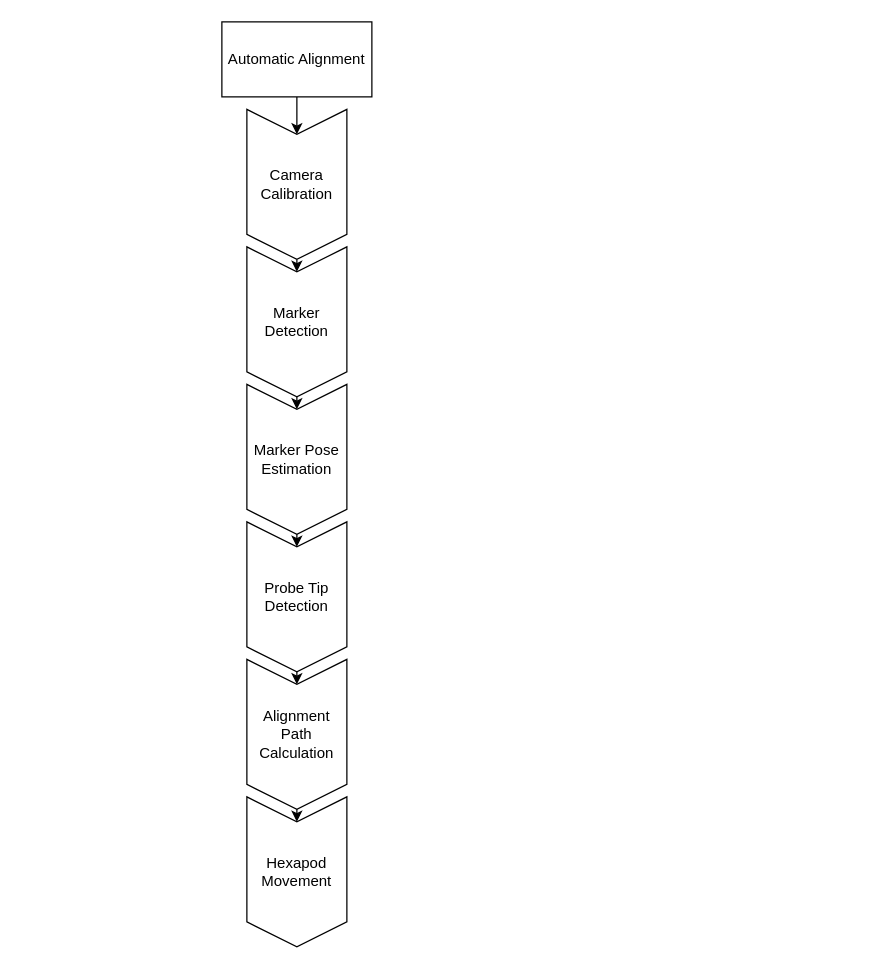
Above: page "Alignment" (3 of 4) of Thesis_Writeup/procedures.drawio in VWatGIT/MtecThesis (draw.io), before the change. Source tidied: cells renumbered, new cells numbered last; positions are measured from the earlier drawing's top-left corner, leaving out a move shared by most shapes. Both pictures are drawn from the tidied source at 125%, with x=0, y=0 at pixel (221, 21).
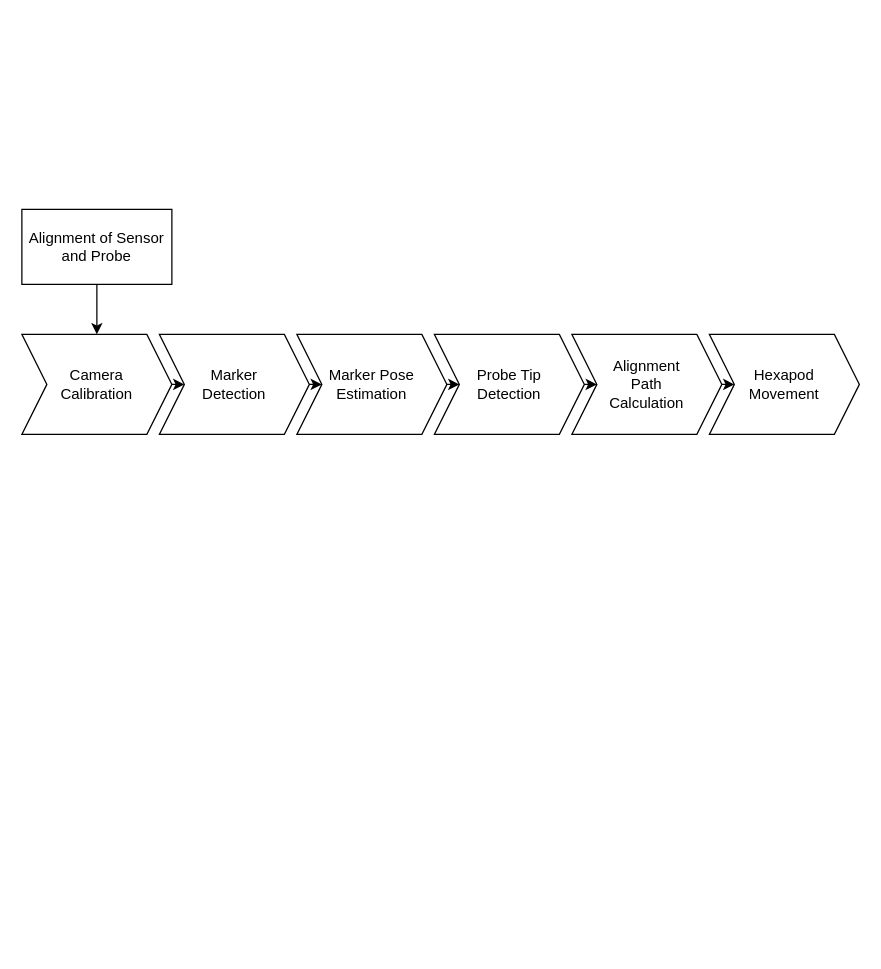
The same page after the edit.

Change to the diagram source:
```diff
@@
 <mxGraphModel>
   <root>
     <mxCell id="0" />
     <mxCell id="1" parent="0" />
-    <mxCell id="2" style="edgeStyle=elbowEdgeStyle;elbow=vertical;html=1;entryX=0;entryY=0.5;entryDx=0;entryDy=0;" parent="1" edge="1" source="3" target="5">
+    <mxCell id="2" style="edgeStyle=elbowEdgeStyle;html=1;exitX=0.5;exitY=0;exitDx=0;exitDy=0;entryX=0.5;entryY=0;entryDx=0;entryDy=0;elbow=vertical;" parent="1" edge="1" source="3" target="5">
       <mxGeometry relative="1" as="geometry" />
     </mxCell>
-    <mxCell id="3" value="Automatic Alignment" style="rounded=0;whiteSpace=wrap;html=1;direction=west;" parent="1" vertex="1">
-      <mxGeometry width="120" height="60" as="geometry" />
+    <mxCell id="3" value="Alignment of Sensor and Probe" style="rounded=0;whiteSpace=wrap;html=1;direction=west;" parent="1" vertex="1">
+      <mxGeometry x="-160" y="150" width="120" height="60" as="geometry" />
     </mxCell>
     <mxCell id="4" style="edgeStyle=none;html=1;exitX=1;exitY=0.5;exitDx=0;exitDy=0;" parent="1" edge="1" source="5" target="7">
       <mxGeometry relative="1" as="geometry" />
     </mxCell>
-    <mxCell id="5" value="Camera Calibration" style="shape=step;perimeter=stepPerimeter;whiteSpace=wrap;html=1;fixedSize=1;direction=south;" parent="1" vertex="1">
-      <mxGeometry x="20" y="70" width="80" height="120" as="geometry" />
+    <mxCell id="5" value="Camera &lt;br&gt;Calibration" style="shape=step;perimeter=stepPerimeter;whiteSpace=wrap;html=1;fixedSize=1;direction=east;" parent="1" vertex="1">
+      <mxGeometry x="-160" y="250" width="120" height="80" as="geometry" />
     </mxCell>
     <mxCell id="6" style="edgeStyle=none;html=1;exitX=1;exitY=0.5;exitDx=0;exitDy=0;entryX=0;entryY=0.5;entryDx=0;entryDy=0;" parent="1" edge="1" source="7" target="9">
       <mxGeometry relative="1" as="geometry" />
     </mxCell>
-    <mxCell id="7" value="Marker Detection" style="shape=step;perimeter=stepPerimeter;whiteSpace=wrap;html=1;fixedSize=1;direction=south;" parent="1" vertex="1">
-      <mxGeometry x="20" y="180" width="80" height="120" as="geometry" />
+    <mxCell id="7" value="Marker &lt;br&gt;Detection" style="shape=step;perimeter=stepPerimeter;whiteSpace=wrap;html=1;fixedSize=1;direction=east;" parent="1" vertex="1">
+      <mxGeometry x="-50" y="250" width="120" height="80" as="geometry" />
     </mxCell>
-    <mxCell id="8" style="edgeStyle=elbowEdgeStyle;elbow=vertical;html=1;" parent="1" edge="1" source="9" target="11">
+    <mxCell id="8" style="edgeStyle=none;html=1;exitX=1;exitY=0.5;exitDx=0;exitDy=0;" parent="1" edge="1" source="9" target="11">
       <mxGeometry relative="1" as="geometry" />
     </mxCell>
-    <mxCell id="9" value="Marker Pose Estimation" style="shape=step;perimeter=stepPerimeter;whiteSpace=wrap;html=1;fixedSize=1;direction=south;" parent="1" vertex="1">
-      <mxGeometry x="20" y="290" width="80" height="120" as="geometry" />
+    <mxCell id="9" value="Marker Pose Estimation" style="shape=step;perimeter=stepPerimeter;whiteSpace=wrap;html=1;fixedSize=1;direction=east;" parent="1" vertex="1">
+      <mxGeometry x="60" y="250" width="120" height="80" as="geometry" />
     </mxCell>
-    <mxCell id="10" style="edgeStyle=elbowEdgeStyle;elbow=vertical;html=1;" parent="1" edge="1" source="11" target="13">
+    <mxCell id="10" style="edgeStyle=none;html=1;exitX=1;exitY=0.5;exitDx=0;exitDy=0;entryX=0;entryY=0.5;entryDx=0;entryDy=0;" parent="1" edge="1" source="11" target="13">
       <mxGeometry relative="1" as="geometry" />
     </mxCell>
-    <mxCell id="11" value="Probe Tip Detection" style="shape=step;perimeter=stepPerimeter;whiteSpace=wrap;html=1;fixedSize=1;direction=south;" parent="1" vertex="1">
-      <mxGeometry x="20" y="400" width="80" height="120" as="geometry" />
+    <mxCell id="11" value="Probe Tip &lt;br&gt;Detection" style="shape=step;perimeter=stepPerimeter;whiteSpace=wrap;html=1;fixedSize=1;direction=east;" parent="1" vertex="1">
+      <mxGeometry x="170" y="250" width="120" height="80" as="geometry" />
     </mxCell>
-    <mxCell id="12" style="edgeStyle=elbowEdgeStyle;elbow=vertical;html=1;" parent="1" edge="1" source="13" target="14">
+    <mxCell id="12" style="edgeStyle=none;html=1;exitX=1;exitY=0.5;exitDx=0;exitDy=0;" parent="1" edge="1" source="13" target="14">
       <mxGeometry relative="1" as="geometry" />
     </mxCell>
-    <mxCell id="13" value="Alignment Path Calculation" style="shape=step;perimeter=stepPerimeter;whiteSpace=wrap;html=1;fixedSize=1;direction=south;" parent="1" vertex="1">
-      <mxGeometry x="20" y="510" width="80" height="120" as="geometry" />
+    <mxCell id="13" value="Alignment &lt;br&gt;Path &lt;br&gt;Calculation" style="shape=step;perimeter=stepPerimeter;whiteSpace=wrap;html=1;fixedSize=1;direction=east;" parent="1" vertex="1">
+      <mxGeometry x="280" y="250" width="120" height="80" as="geometry" />
     </mxCell>
-    <mxCell id="14" value="Hexapod Movement" style="shape=step;perimeter=stepPerimeter;whiteSpace=wrap;html=1;fixedSize=1;direction=south;" parent="1" vertex="1">
-      <mxGeometry x="20" y="620" width="80" height="120" as="geometry" />
+    <mxCell id="14" value="Hexapod &lt;br&gt;Movement" style="shape=step;perimeter=stepPerimeter;whiteSpace=wrap;html=1;fixedSize=1;direction=east;" parent="1" vertex="1">
+      <mxGeometry x="390" y="250" width="120" height="80" as="geometry" />
     </mxCell>
   </root>
 </mxGraphModel>
```
